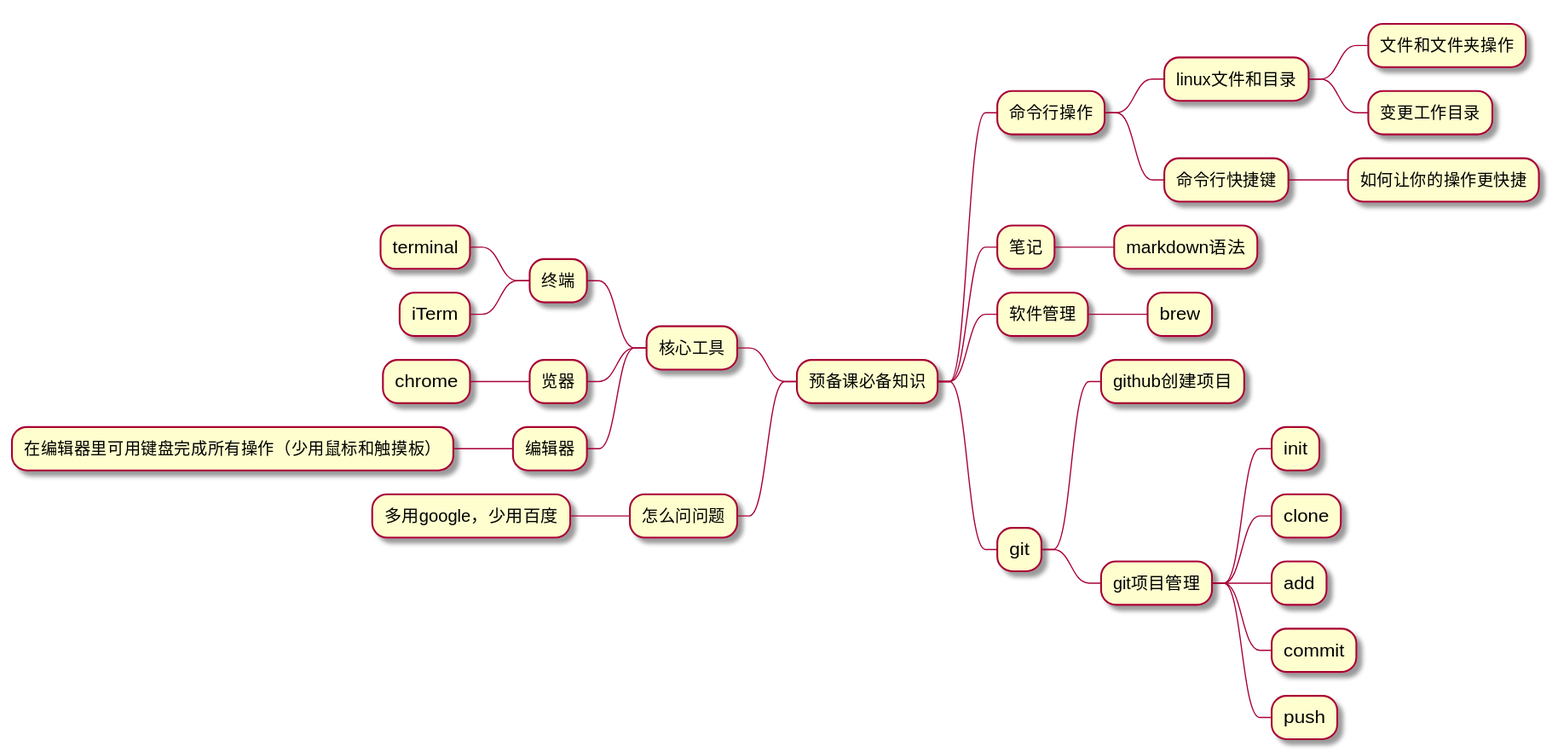
Above: img/mind-map.svg in linc5403/preparatory-course (PlantUML), before the change.
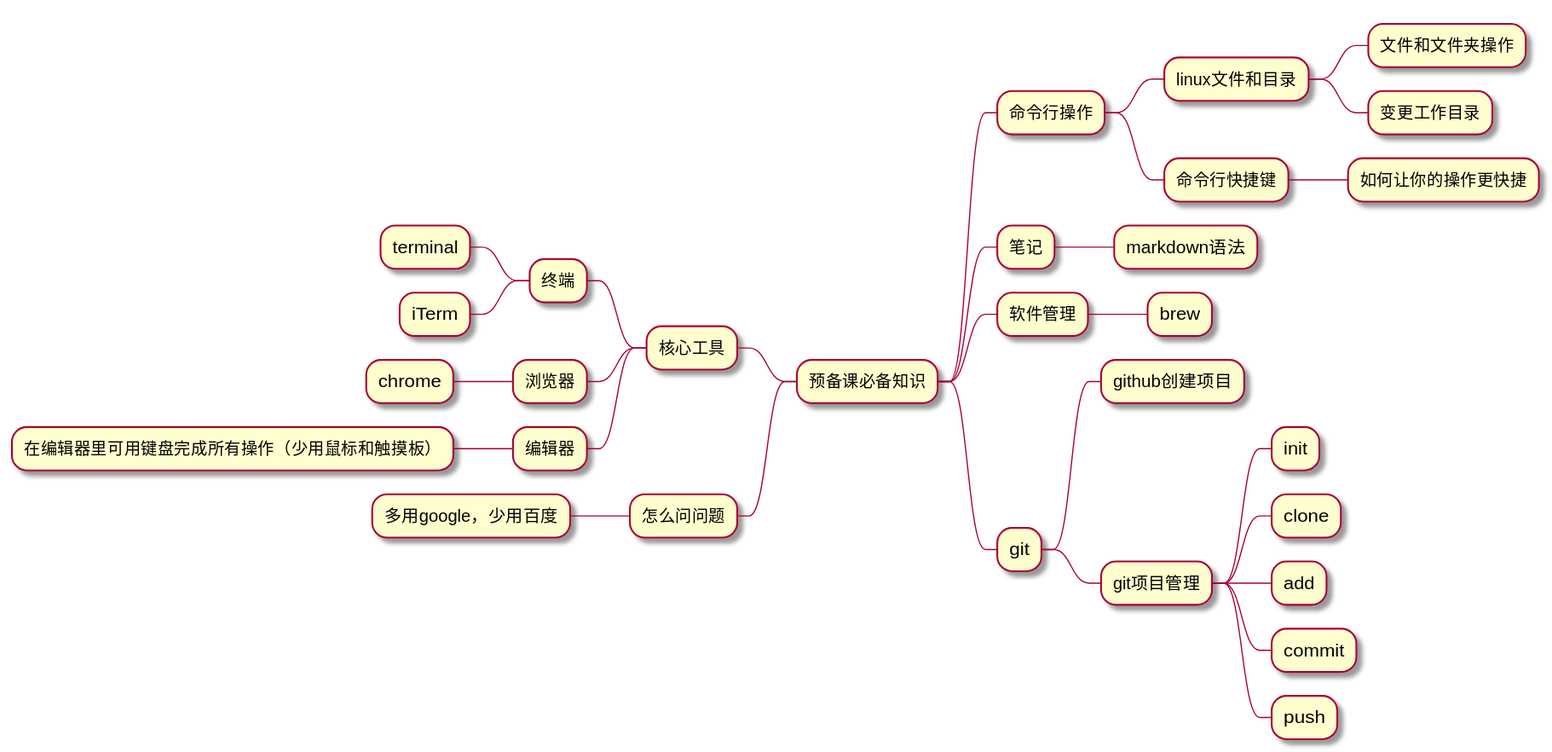
The same diagram one commit later.

Diff of the diagram source:
```diff
@@ -23,7 +23,7 @@
 *** 终端
 **** terminal
 **** iTerm
-*** 览器
+*** 浏览器
 **** chrome
 *** 编辑器
 **** 在编辑器里可用键盘完成所有操作（少用鼠标和触摸板）
```
